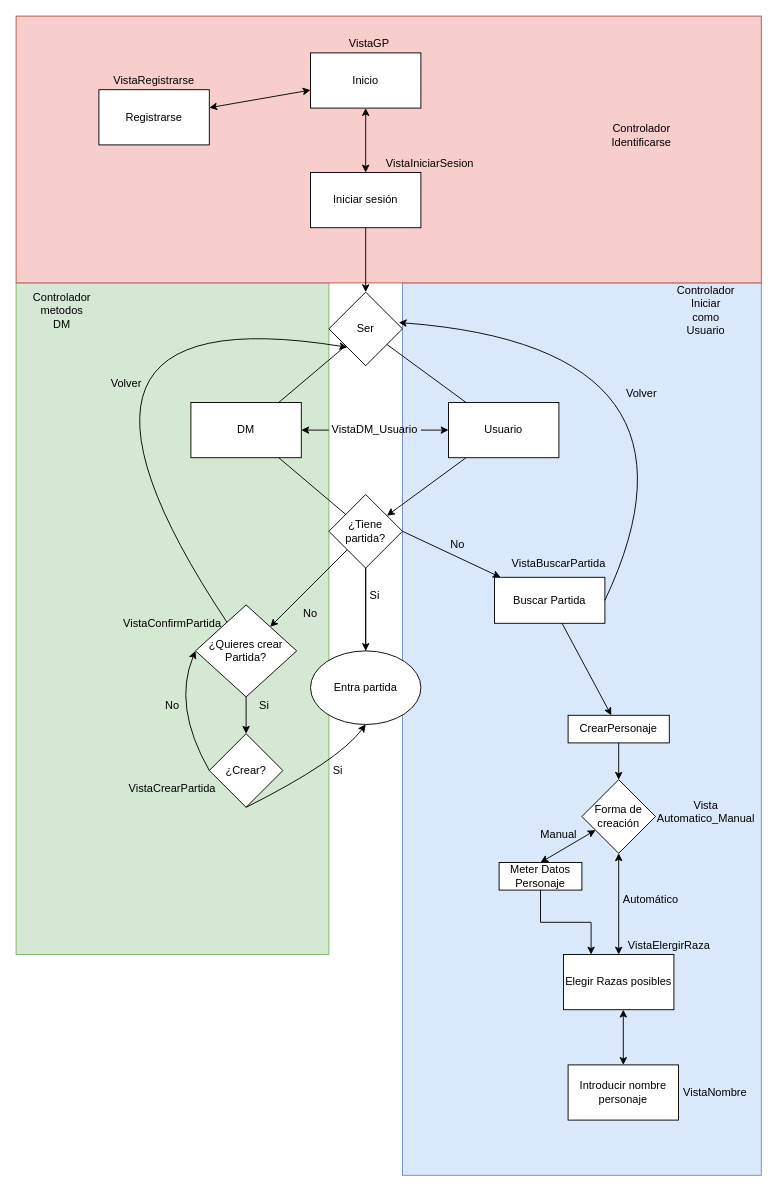
JaviOrtunoRoig/D-D keeps this draw.io diagram as diagrama.drawio. Above is the earlier version. Source tidied: cells renumbered, new cells numbered last; positions are measured from the earlier drawing's top-left corner, leaving out a move shared by most shapes. Both pictures are drawn from the tidied source at 92%, with x=0, y=0 at pixel (6, 16).
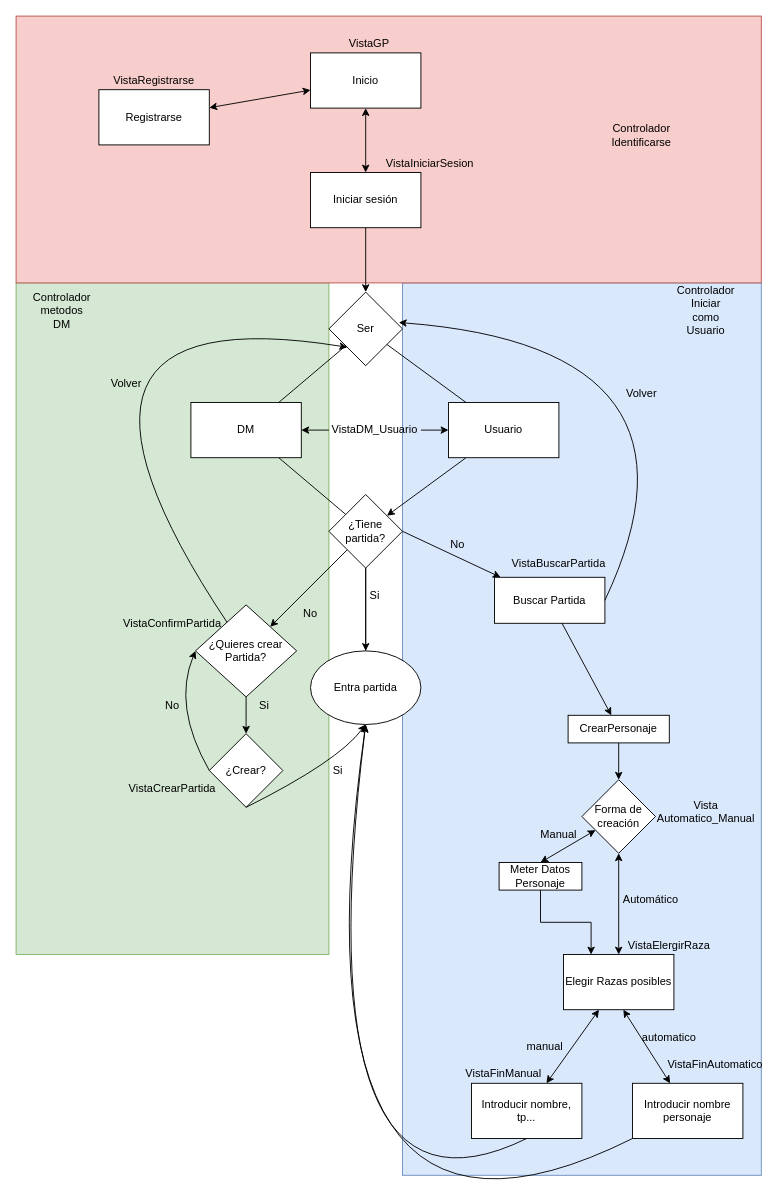
The same diagram, later.

Unchanged cells that the change refers to:
```xml
<mxCell id="17" value="Entra partida" style="ellipse;whiteSpace=wrap;html=1;" parent="1" vertex="1">
  <mxGeometry x="330" y="690" width="120" height="80" as="geometry" />
</mxCell>
<mxCell id="53" value="Elegir Razas posibles" style="rounded=0;whiteSpace=wrap;html=1;shadow=0;glass=0;comic=0;" parent="1" vertex="1">
  <mxGeometry x="605" y="1020" width="120" height="60" as="geometry" />
</mxCell>
```

Change to the diagram source:
```diff
@@
     <mxCell id="66" value="Introducir nombre personaje" style="rounded=0;whiteSpace=wrap;html=1;" parent="1" vertex="1">
-      <mxGeometry x="610" y="1140" width="120" height="60" as="geometry" />
+      <mxGeometry x="680" y="1160" width="120" height="60" as="geometry" />
     </mxCell>
-    <mxCell id="67" value="VistaNombre" style="text;html=1;strokeColor=none;fillColor=none;align=center;verticalAlign=middle;whiteSpace=wrap;rounded=0;" parent="1" vertex="1">
-      <mxGeometry x="750" y="1160" width="40" height="20" as="geometry" />
+    <mxCell id="67" value="VistaFinAutomatico" style="text;html=1;strokeColor=none;fillColor=none;align=center;verticalAlign=middle;whiteSpace=wrap;rounded=0;" parent="1" vertex="1">
+      <mxGeometry x="750" y="1130" width="40" height="20" as="geometry" />
     </mxCell>
+    <mxCell id="68" value="Introducir nombre, tp..." style="rounded=0;whiteSpace=wrap;html=1;" parent="1" vertex="1">
+      <mxGeometry x="505" y="1160" width="120" height="60" as="geometry" />
+    </mxCell>
+    <mxCell id="69" style="endArrow=classic;startArrow=classic;html=1;" parent="1" edge="1" source="68" target="53">
+      <mxGeometry relative="1" as="geometry" />
+    </mxCell>
+    <mxCell id="70" style="curved=1;endArrow=classic;html=1;exitX=0.5;exitY=1;exitDx=0;exitDy=0;entryX=0.5;entryY=1;entryDx=0;entryDy=0;" parent="1" edge="1" source="68" target="17">
+      <mxGeometry relative="1" as="geometry">
+        <Array as="points">
+          <mxPoint x="320" y="1340" />
+        </Array>
+      </mxGeometry>
+    </mxCell>
+    <mxCell id="71" style="curved=1;endArrow=classic;html=1;exitX=0;exitY=1;exitDx=0;exitDy=0;entryX=0.5;entryY=1;entryDx=0;entryDy=0;" parent="1" edge="1" source="66" target="17">
+      <mxGeometry relative="1" as="geometry">
+        <Array as="points">
+          <mxPoint x="300" y="1410" />
+        </Array>
+      </mxGeometry>
+    </mxCell>
+    <mxCell id="72" value="automatico" style="text;html=1;strokeColor=none;fillColor=none;align=center;verticalAlign=middle;whiteSpace=wrap;rounded=0;" parent="1" vertex="1">
+      <mxGeometry x="700" y="1100" width="40" height="20" as="geometry" />
+    </mxCell>
+    <mxCell id="73" value="manual" style="text;html=1;strokeColor=none;fillColor=none;align=center;verticalAlign=middle;whiteSpace=wrap;rounded=0;" parent="1" vertex="1">
+      <mxGeometry x="565" y="1110" width="40" height="20" as="geometry" />
+    </mxCell>
+    <mxCell id="74" value="VistaFinManual" style="text;html=1;strokeColor=none;fillColor=none;align=center;verticalAlign=middle;whiteSpace=wrap;rounded=0;" parent="1" vertex="1">
+      <mxGeometry x="520" y="1140" width="40" height="20" as="geometry" />
+    </mxCell>
```
